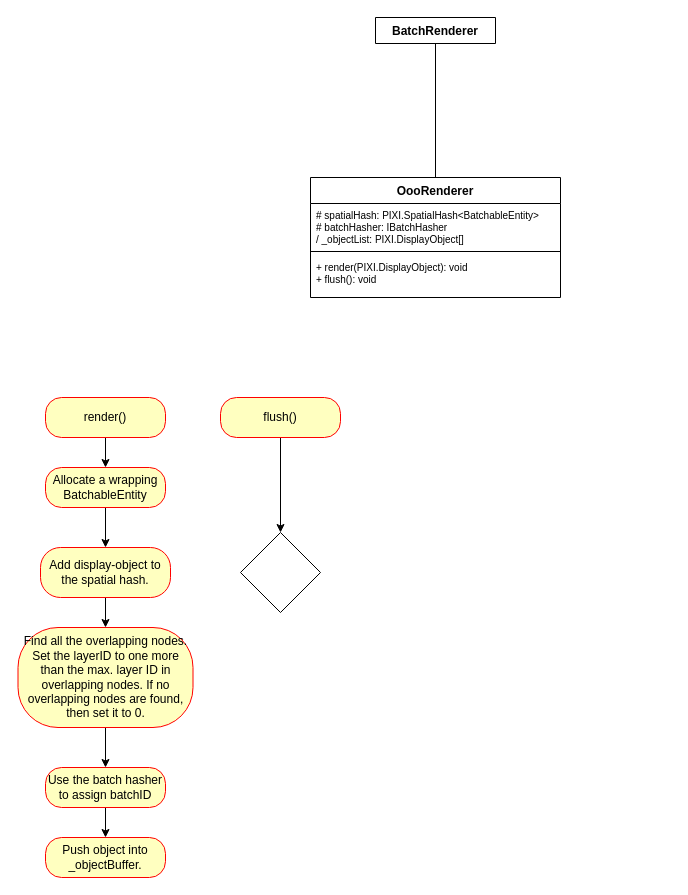
Before: page "OooRenderer" (1 of 2) of packages/ooo-renderer/OOO-Renderer.drawio in ShukantPal/pixi-essentials, a draw.io diagram. Source tidied: cells renumbered, new cells numbered last; positions are measured from the earlier drawing's top-left corner, leaving out a move shared by most shapes. Both pictures are drawn from the tidied source at 100%, with x=0, y=0 at pixel (18, 17).
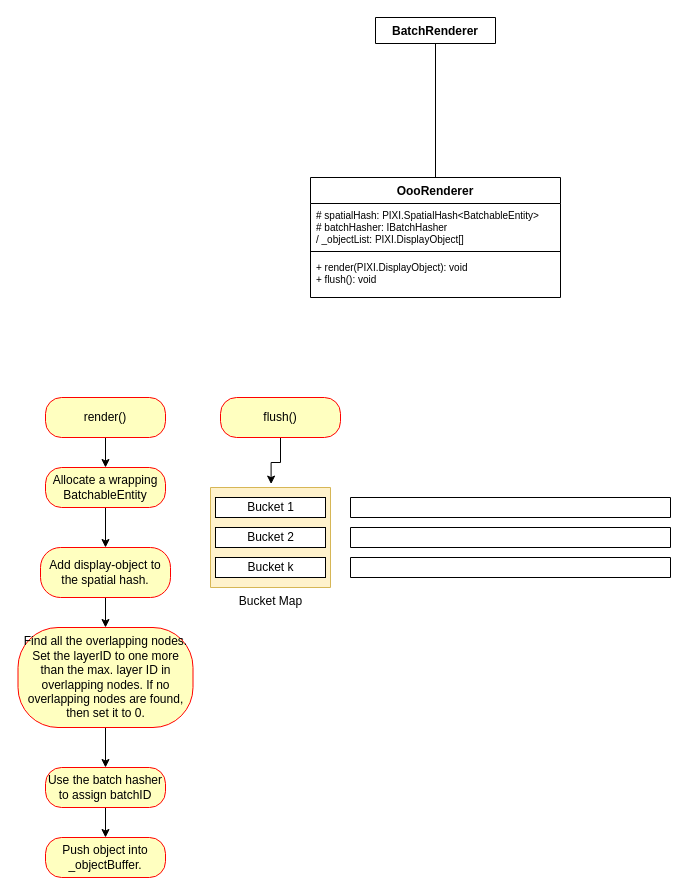
After the change.

The change refers to these unchanged cells:
```xml
<mxCell id="20" value="flush()" style="rounded=1;whiteSpace=wrap;html=1;arcSize=40;fontColor=#000000;fillColor=#ffffc0;strokeColor=#ff0000;startSize=26;" parent="1" vertex="1">
  <mxGeometry x="202" y="380" width="120" height="40" as="geometry" />
</mxCell>
```

The edit, as a diff of the source:
```diff
@@
-    <mxCell id="19" style="edgeStyle=orthogonalEdgeStyle;rounded=0;jettySize=auto;html=1;startSize=26;strokeColor=#000000;fontSize=10;entryX=0.5;entryY=0;entryDx=0;entryDy=0;" parent="1" edge="1" source="20" target="21">
+    <mxCell id="19" style="edgeStyle=orthogonalEdgeStyle;rounded=0;jettySize=auto;html=1;startSize=26;strokeColor=#000000;fontSize=10;entryX=0.505;entryY=-0.034;entryDx=0;entryDy=0;entryPerimeter=0;" parent="1" edge="1" source="20" target="22">
       <mxGeometry relative="1" as="geometry" />
     </mxCell>
@@
-    <mxCell id="21" style="rhombus;whiteSpace=wrap;html=1;startSize=26;fontSize=10;" parent="1" vertex="1">
-      <mxGeometry x="222" y="515" width="80" height="80" as="geometry" />
-    </mxCell>
+    <mxCell id="22" value="Bucket Map" style="verticalLabelPosition=bottom;verticalAlign=top;html=1;shape=mxgraph.basic.rect;fillColor2=none;strokeWidth=1;size=20;indent=5;fillColor=#fff2cc;strokeColor=#d6b656;" parent="1" vertex="1">
+      <mxGeometry x="192" y="470" width="120" height="100" as="geometry" />
+    </mxCell>
+    <mxCell id="23" value="Bucket 1" style="html=1;" parent="1" vertex="1">
+      <mxGeometry x="197" y="480" width="110" height="20" as="geometry" />
+    </mxCell>
+    <mxCell id="24" value="Bucket 2" style="html=1;" parent="1" vertex="1">
+      <mxGeometry x="197" y="510" width="110" height="20" as="geometry" />
+    </mxCell>
+    <mxCell id="25" value="Bucket k" style="html=1;" parent="1" vertex="1">
+      <mxGeometry x="197" y="540" width="110" height="20" as="geometry" />
+    </mxCell>
+    <mxCell id="26" style="verticalLabelPosition=bottom;verticalAlign=top;html=1;shape=mxgraph.basic.rect;fillColor2=none;strokeWidth=1;size=20;indent=5;" parent="1" vertex="1">
+      <mxGeometry x="332" y="480" width="320" height="20" as="geometry" />
+    </mxCell>
+    <mxCell id="27" style="verticalLabelPosition=bottom;verticalAlign=top;html=1;shape=mxgraph.basic.rect;fillColor2=none;strokeWidth=1;size=20;indent=5;" parent="1" vertex="1">
+      <mxGeometry x="332" y="510" width="320" height="20" as="geometry" />
+    </mxCell>
+    <mxCell id="28" style="verticalLabelPosition=bottom;verticalAlign=top;html=1;shape=mxgraph.basic.rect;fillColor2=none;strokeWidth=1;size=20;indent=5;" parent="1" vertex="1">
+      <mxGeometry x="332" y="540" width="320" height="20" as="geometry" />
+    </mxCell>
```
